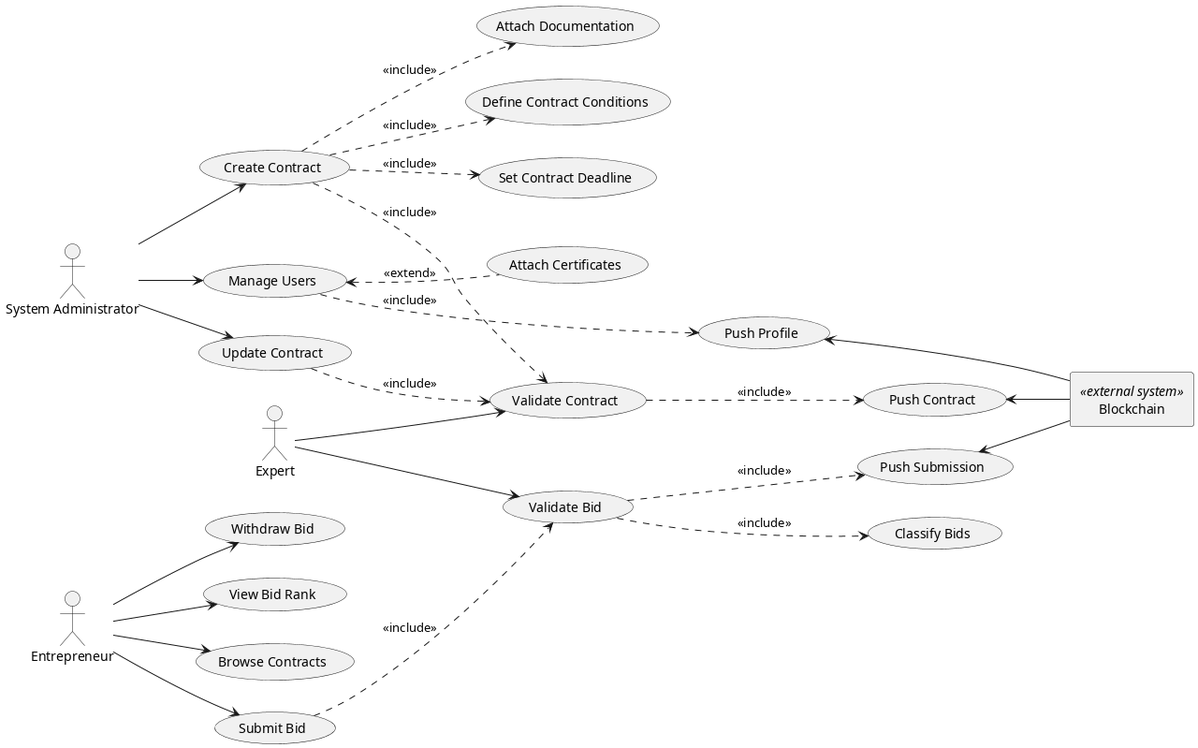
The PlantUML diagram UML/usecasev2.png in Brondont/Anchora, before a commit. Source of this version:
```plantuml
@startuml

left to right direction

actor "System Administrator" as Admin
actor "Entrepreneur" as Entrepreneur
actor "Expert" as Expert
rectangle "Blockchain" as Blockchain <<external system>>


    usecase "Create Contract" as CreateContract
    usecase "Browse Contracts" as BrowseContracts
    usecase "Update Contract" as UpdateContract
    usecase "Set Contract Deadline" as OfferDeadline
    usecase "Attach Documentation" as OfferDocs
    usecase "Define Contract Conditions" as OfferConditions

    usecase "Manage Users" as CRUDUser
    usecase "Attach Certificates" as UserCertificates

    usecase "Submit Bid" as SubmitBid
    usecase "Withdraw Bid" as WithdrawBid
    usecase "View Bid Rank" as ViewRank

    usecase "Validate Bid" as ValidateBid
    usecase "Validate Contract" as ValidateContract
    usecase "Classify Bids" as ClassifyBids

    usecase "Push Contract" as PushContract
    usecase "Push Profile" as PushProfile
    usecase "Push Submission" as PushBid

Admin --> CreateContract
Admin --> UpdateContract
Admin --> CRUDUser

Entrepreneur --> SubmitBid
Entrepreneur --> WithdrawBid
Entrepreneur --> BrowseContracts
Entrepreneur --> ViewRank

Expert --> ValidateBid
Expert -right-> ValidateContract

PushContract <-- Blockchain
PushProfile <-- Blockchain
PushBid <-- Blockchain

CreateContract .> ValidateContract : <<include>>
CreateContract ..> OfferDeadline : <<include>>
CreateContract ..> OfferDocs : <<include>>
CreateContract ..> OfferConditions: <<include>>

UpdateContract ..> ValidateContract : <<include>>

CRUDUser <.. UserCertificates : <<extend>>

SubmitBid ..> ValidateBid : <<include>>


ValidateContract ..> PushContract : <<include>>
ValidateBid ..> PushBid : <<include>>
ValidateBid ..> ClassifyBids : <<include>>
CRUDUser ..> PushProfile : <<include>>


@enduml
```
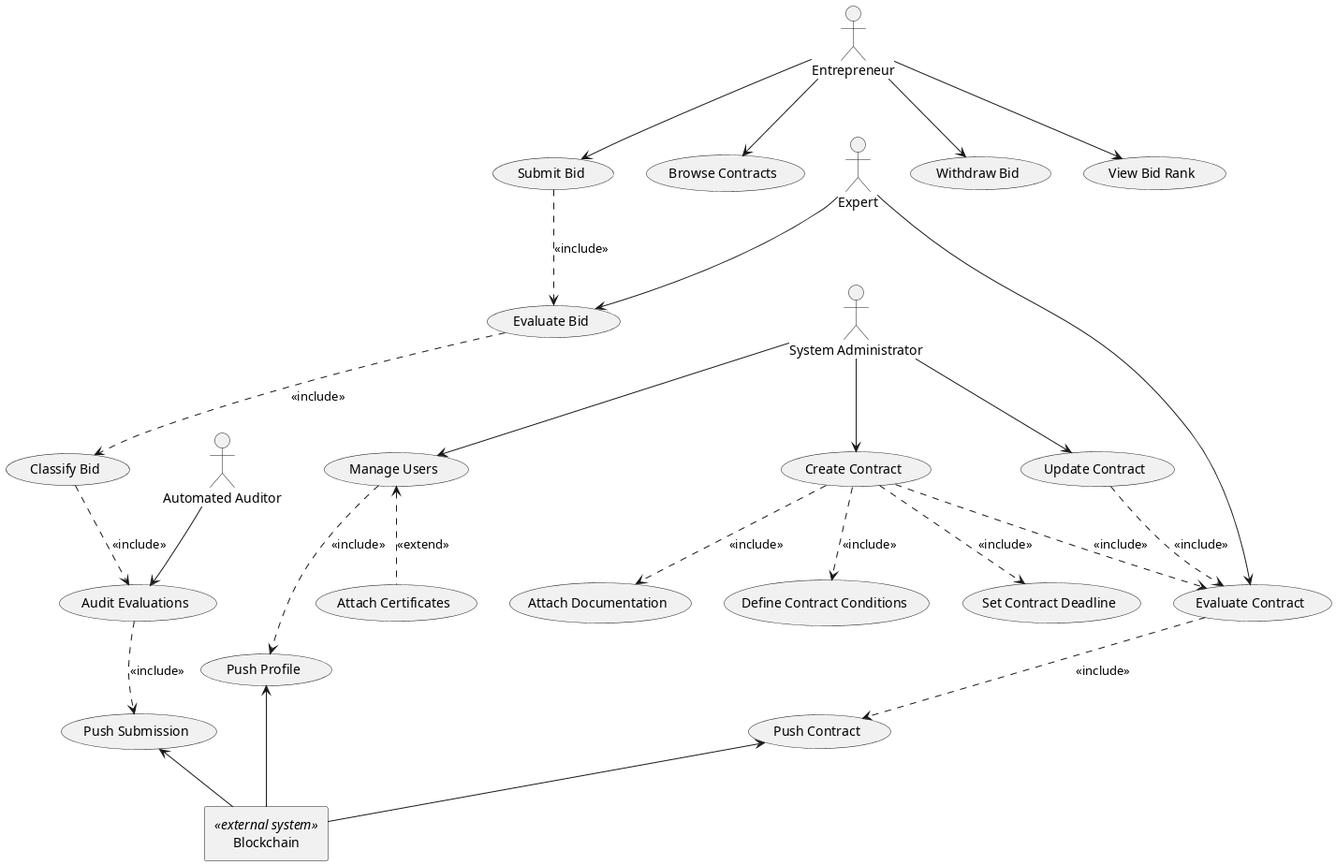
After the commit.

What changed in the source:
```diff
@@ -1,34 +1,34 @@
 @startuml
-
-left to right direction
 
 actor "System Administrator" as Admin
 actor "Entrepreneur" as Entrepreneur
 actor "Expert" as Expert
+actor "Automated Auditor" as Auditor
+
 rectangle "Blockchain" as Blockchain <<external system>>
 
+  usecase "Create Contract" as CreateContract
+  usecase "Update Contract" as UpdateContract
+  usecase "Set Contract Deadline" as OfferDeadline
+  usecase "Attach Documentation" as OfferDocs
+  usecase "Define Contract Conditions" as OfferConditions
+  usecase "Browse Contracts" as BrowseContracts
 
-    usecase "Create Contract" as CreateContract
-    usecase "Browse Contracts" as BrowseContracts
-    usecase "Update Contract" as UpdateContract
-    usecase "Set Contract Deadline" as OfferDeadline
-    usecase "Attach Documentation" as OfferDocs
-    usecase "Define Contract Conditions" as OfferConditions
+  usecase "Manage Users" as CRUDUser
+  usecase "Attach Certificates" as UserCertificates
 
-    usecase "Manage Users" as CRUDUser
-    usecase "Attach Certificates" as UserCertificates
+  usecase "Submit Bid" as SubmitBid
+  usecase "Withdraw Bid" as WithdrawBid
+  usecase "View Bid Rank" as ViewRank
 
-    usecase "Submit Bid" as SubmitBid
-    usecase "Withdraw Bid" as WithdrawBid
-    usecase "View Bid Rank" as ViewRank
+  usecase "Evaluate Bid" as EvaluateBid
+  usecase "Evaluate Contract" as EvaluateContract
+  usecase "Classify Bid" as ClassifyBid
+  usecase "Audit Evaluations" as AuditEval
 
-    usecase "Validate Bid" as ValidateBid
-    usecase "Validate Contract" as ValidateContract
-    usecase "Classify Bids" as ClassifyBids
-
-    usecase "Push Contract" as PushContract
-    usecase "Push Profile" as PushProfile
-    usecase "Push Submission" as PushBid
+  usecase "Push Contract" as PushContract
+  usecase "Push Profile" as PushProfile
+  usecase "Push Submission" as PushBid
 
 Admin --> CreateContract
 Admin --> UpdateContract
@@ -39,29 +39,32 @@
 Entrepreneur --> BrowseContracts
 Entrepreneur --> ViewRank
 
-Expert --> ValidateBid
-Expert -right-> ValidateContract
+Expert --> EvaluateBid
+Expert -right-> EvaluateContract
+
+Auditor --> AuditEval
+
+CreateContract ..> OfferDeadline : <<include>>
+CreateContract ..> OfferDocs : <<include>>
+CreateContract ..> OfferConditions : <<include>>
+CreateContract ..> EvaluateContract : <<include>>
+
+UpdateContract ..> EvaluateContract : <<include>>
+
+CRUDUser <.. UserCertificates : <<extend>>
+
+SubmitBid ..> EvaluateBid : <<include>>
+
+EvaluateBid ..> ClassifyBid : <<include>>
+ClassifyBid ..> AuditEval : <<include>>
+AuditEval ..> PushBid : <<include>>
+
+EvaluateContract ..> PushContract : <<include>>
+
+CRUDUser ..> PushProfile : <<include>>
 
 PushContract <-- Blockchain
 PushProfile <-- Blockchain
 PushBid <-- Blockchain
 
-CreateContract .> ValidateContract : <<include>>
-CreateContract ..> OfferDeadline : <<include>>
-CreateContract ..> OfferDocs : <<include>>
-CreateContract ..> OfferConditions: <<include>>
-
-UpdateContract ..> ValidateContract : <<include>>
-
-CRUDUser <.. UserCertificates : <<extend>>
-
-SubmitBid ..> ValidateBid : <<include>>
-
-
-ValidateContract ..> PushContract : <<include>>
-ValidateBid ..> PushBid : <<include>>
-ValidateBid ..> ClassifyBids : <<include>>
-CRUDUser ..> PushProfile : <<include>>
-
-
 @enduml
```
